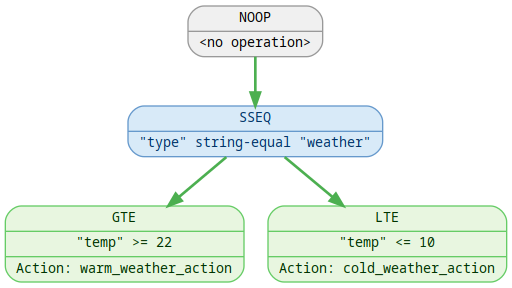
Before: doc/dag/weather.png, a diagram exported from Graphviz (Asmodai/gohacks). Its source is kept beside it as doc/dag/weather.dot.
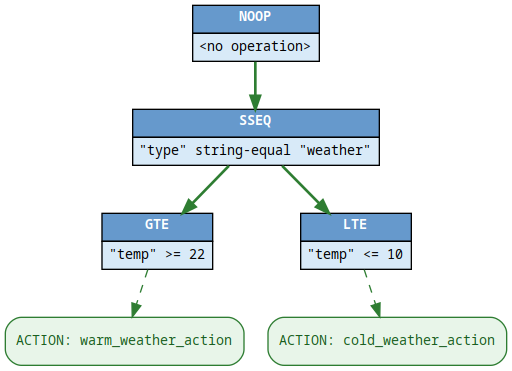
Later version of the same file.

The edit, as a diff of the source:
```diff
@@ -1,13 +1,17 @@
 digraph DAG {
   graph [bgcolor=transparent];
   rankdir=TB;
-  node [shape=record, style="rounded,filled", fontname="monospace", fontsize=10];
-  edge [color="#666666"];
-  n0 [label="{<f0> NOOP | <f1> \<no operation\>}" fillcolor="#f0f0f0", fontcolor="#000000", color="#999999"];
-  n1 [label="{<f0> SSEQ | <f1> \"type\" string-equal \"weather\"}" fillcolor="#d8eaf8", fontcolor="#003366", color="#6699cc"];
-  n2 [label="{<f0> GTE | <f1> \"temp\" \>= 22 | <f2> Action: warm_weather_action}" fillcolor="#e8f6e0", fontcolor="#003300", color="#66cc66"];
-  n1 -> n2 [color="#4CAF50", style=bold];
-  n3 [label="{<f0> LTE | <f1> \"temp\" \<= 10 | <f2> Action: cold_weather_action}" fillcolor="#e8f6e0", fontcolor="#003300", color="#66cc66"];
-  n1 -> n3 [color="#4CAF50", style=bold];
-  n0 -> n1 [color="#4CAF50", style=bold];
+  node [fontname="monospace", fontsize=10];
+  edge [fontname="monospace", fontsize=9, color="#666666"];
+  p0 [shape=plain, label=<<TABLE BORDER="0" CELLBORDER="1" CELLSPACING="0" CELLPADDING="4" BGCOLOR="#d8eaf8"><TR><TD BGCOLOR="#6699cc"><FONT COLOR="#ffffff"><B>NOOP</B></FONT></TD></TR><TR><TD ALIGN="LEFT"><FONT FACE="monospace">&lt;no operation&gt;</FONT></TD></TR></TABLE>>];
+  p1 [shape=plain, label=<<TABLE BORDER="0" CELLBORDER="1" CELLSPACING="0" CELLPADDING="4" BGCOLOR="#d8eaf8"><TR><TD BGCOLOR="#6699cc"><FONT COLOR="#ffffff"><B>SSEQ</B></FONT></TD></TR><TR><TD ALIGN="LEFT"><FONT FACE="monospace">&#34;type&#34; string-equal &#34;weather&#34;</FONT></TD></TR></TABLE>>];
+  p2 [shape=plain, label=<<TABLE BORDER="0" CELLBORDER="1" CELLSPACING="0" CELLPADDING="4" BGCOLOR="#d8eaf8"><TR><TD BGCOLOR="#6699cc"><FONT COLOR="#ffffff"><B>GTE</B></FONT></TD></TR><TR><TD ALIGN="LEFT"><FONT FACE="monospace">&#34;temp&#34; &gt;= 22</FONT></TD></TR></TABLE>>];
+  a0 [shape=box, style="rounded,filled", fillcolor="#e8f5e9", color="#2e7d32", fontcolor="#1b5e20", label="ACTION: warm_weather_action"];
+  p2 -> a0 [color="#2e7d32", style=dashed, label=""];
+  p1 -> p2 [color="#2e7d32", penwidth=2, label=""];
+  p3 [shape=plain, label=<<TABLE BORDER="0" CELLBORDER="1" CELLSPACING="0" CELLPADDING="4" BGCOLOR="#d8eaf8"><TR><TD BGCOLOR="#6699cc"><FONT COLOR="#ffffff"><B>LTE</B></FONT></TD></TR><TR><TD ALIGN="LEFT"><FONT FACE="monospace">&#34;temp&#34; &lt;= 10</FONT></TD></TR></TABLE>>];
+  a1 [shape=box, style="rounded,filled", fillcolor="#e8f5e9", color="#2e7d32", fontcolor="#1b5e20", label="ACTION: cold_weather_action"];
+  p3 -> a1 [color="#2e7d32", style=dashed, label=""];
+  p1 -> p3 [color="#2e7d32", penwidth=2, label=""];
+  p0 -> p1 [color="#2e7d32", penwidth=2, label=""];
 }
```
